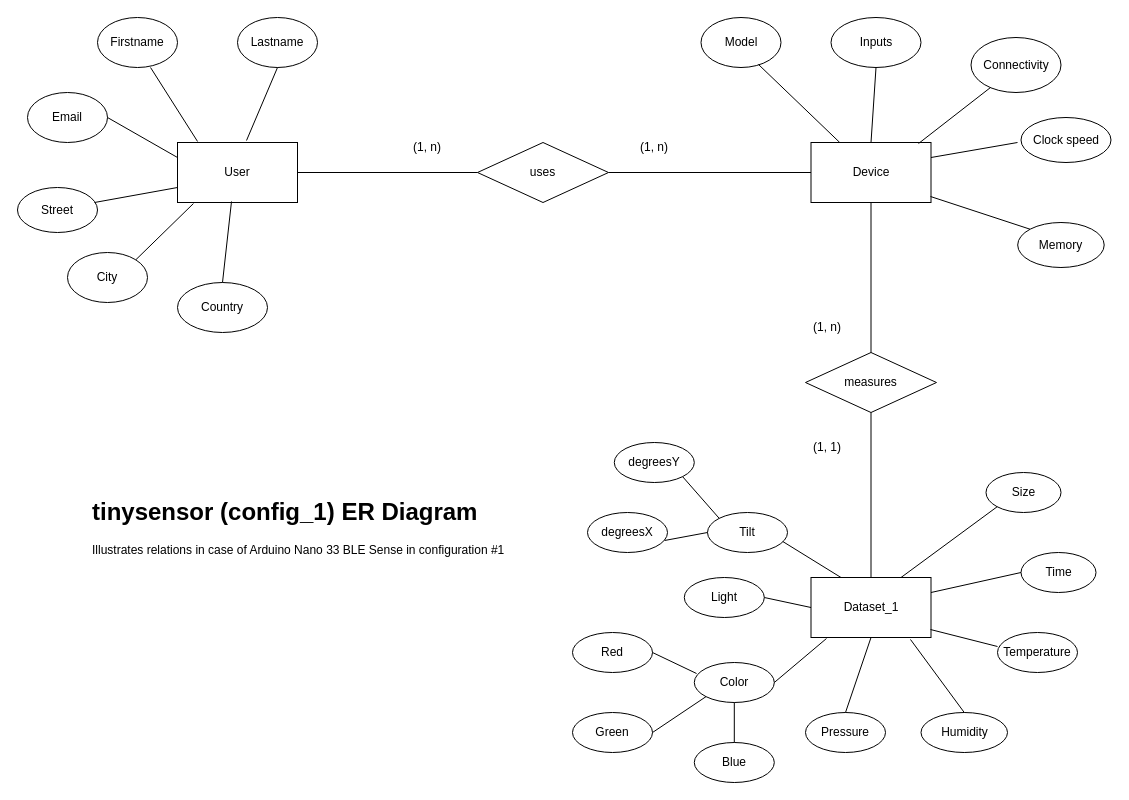
manokel01/tinysensor keeps this draw.io diagram as diagrams/ER-diagram-nano1.drawio. Above is the earlier version. Source tidied: cells renumbered, new cells numbered last; positions are measured from the earlier drawing's top-left corner, leaving out a move shared by most shapes. Both pictures are drawn from the tidied source at 100%, with x=0, y=0 at pixel (17, 17).
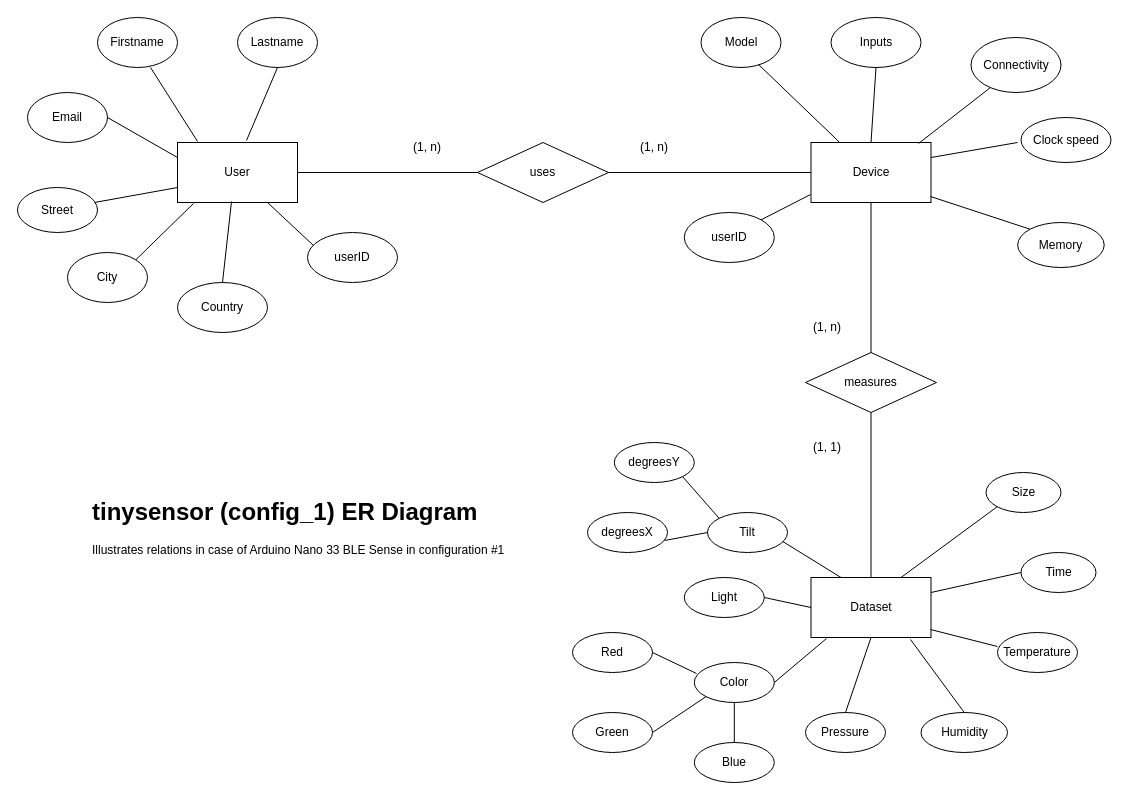
After the change.

The change refers to these unchanged cells:
```xml
<mxCell id="2" value="User" style="rounded=0;whiteSpace=wrap;html=1;" parent="1" vertex="1">
  <mxGeometry x="160" y="125" width="120" height="60" as="geometry" />
</mxCell>
<mxCell id="4" value="Device" style="rounded=0;whiteSpace=wrap;html=1;" parent="1" vertex="1">
  <mxGeometry x="793.5" y="125" width="120" height="60" as="geometry" />
</mxCell>
```

The edit, as a diff of the source:
```diff
@@
-    <mxCell id="21" value="Dataset_1" style="rounded=0;whiteSpace=wrap;html=1;" parent="1" vertex="1">
+    <mxCell id="21" value="Dataset" style="rounded=0;whiteSpace=wrap;html=1;" parent="1" vertex="1">
       <mxGeometry x="793.5" y="560" width="120" height="60" as="geometry" />
     </mxCell>
@@
+    <mxCell id="64" value="userID" style="ellipse;whiteSpace=wrap;html=1;" parent="1" vertex="1">
+      <mxGeometry x="290" y="215" width="90" height="50" as="geometry" />
+    </mxCell>
+    <mxCell id="65" style="endArrow=none;html=1;rounded=0;entryX=0.067;entryY=0.26;entryDx=0;entryDy=0;exitX=0.75;exitY=1;exitDx=0;exitDy=0;entryPerimeter=0;" parent="1" edge="1" source="2" target="64">
+      <mxGeometry relative="1" as="geometry" />
+    </mxCell>
+    <mxCell id="66" value="userID" style="ellipse;whiteSpace=wrap;html=1;" parent="1" vertex="1">
+      <mxGeometry x="666.8" y="195" width="90" height="50" as="geometry" />
+    </mxCell>
+    <mxCell id="67" style="endArrow=none;html=1;rounded=0;entryX=1;entryY=0;entryDx=0;entryDy=0;exitX=-0.004;exitY=0.867;exitDx=0;exitDy=0;exitPerimeter=0;" parent="1" edge="1" source="4" target="66">
+      <mxGeometry relative="1" as="geometry" />
+    </mxCell>
```
